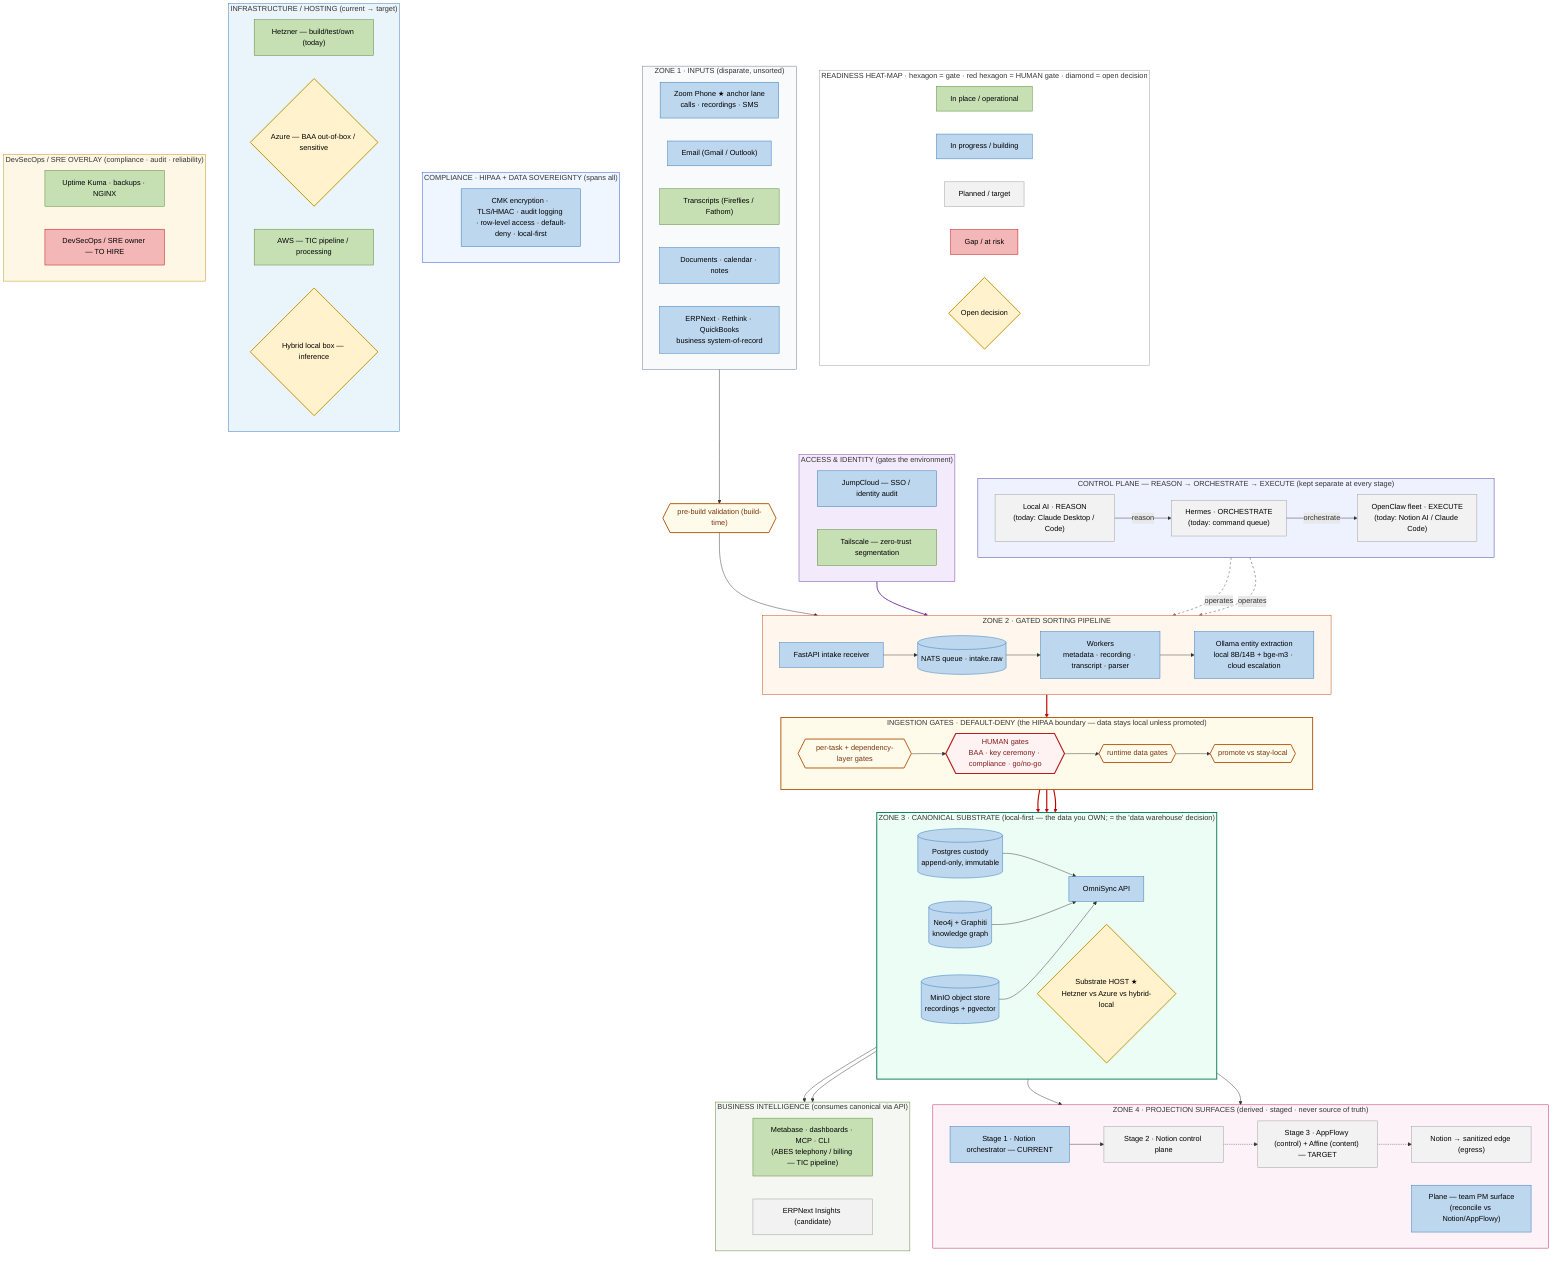
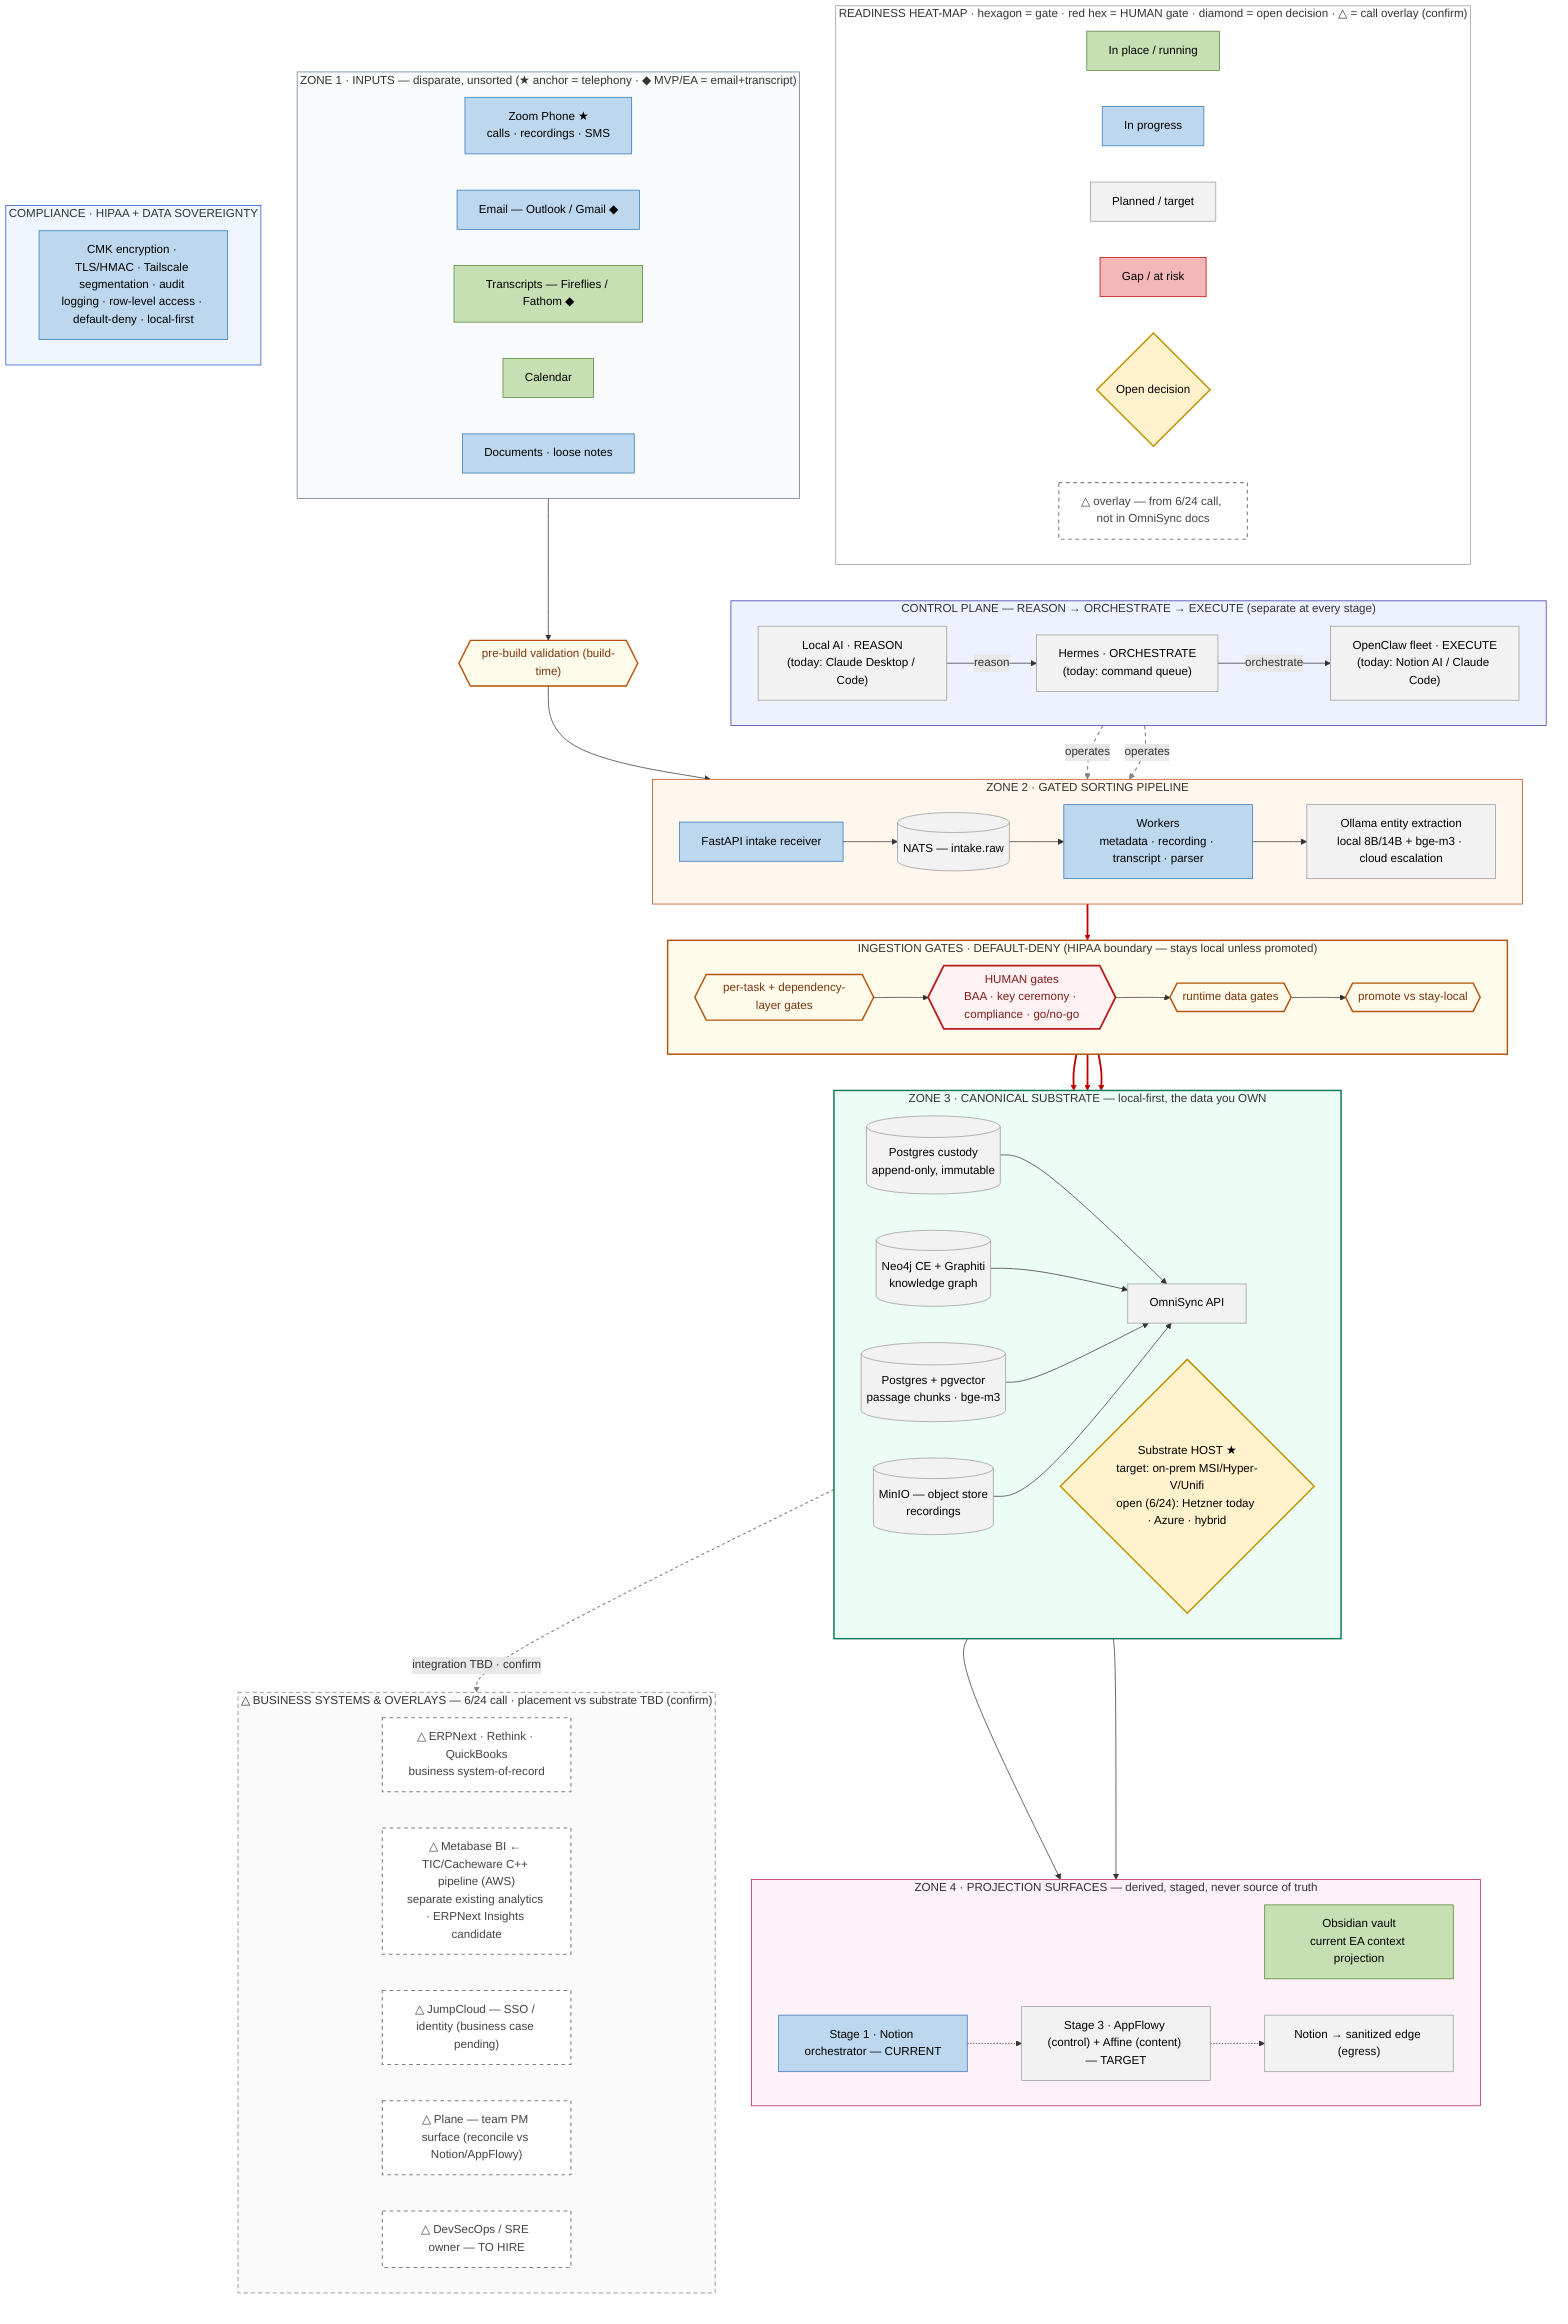
- %% AMDG / ABES — FUNCTIONAL ARCHITECTURE  v0.2  (reconciled with Hannah's OmniSync)
- %% Sources:
- %%   - Fathom call "Hannah x Mike // Connect on Architecture" 2026-06-24 (Mike, Hannah, Cissy)
- %%   - Hannah's OmniSync repo dropped in Box "AMDG InfraDesign" (omnisync README, north-star,
- %%     omnisync-gated-staged-architecture). OmniSync structure is authoritative; business
- %%     overlays (ERPNext, BI, access, hosting, DevSecOps) come from the call.
- %% Altitude: executive functional map + readiness heat-map (Mike's "where are we" view).
- %% v0.2 corrects v0.1: OpenClaw+Hermes are the CONTROL PLANE (execute+orchestrate), not a DMZ;
- %%   the "air-gap" = default-deny INGESTION GATES; the "data warehouse" = the local-first
- %%   CANONICAL SUBSTRATE (custody + graph + object store); all human surfaces are PROJECTIONS.
+ %% AMDG / ABES — FUNCTIONAL ARCHITECTURE  v0.3  (slop-reviewed; provenance-tagged)
+ %% CANONICAL structure = Hannah's OmniSync docs (omnisync-readme, omnisync-plan §1-§7,
+ %%   north-star, gated-staged architecture). △ OVERLAY = 6/24 call (business systems/hosting),
+ %%   NOT in the OmniSync docs — quarantined and marked "confirm". See TECHNICAL_REVIEW.md.
+ %% Node fill = readiness heat-map. Lanes: ★ anchor = ABES Zoom-Phone telephony (HIPAA proving
+ %%   ground); ◆ MVP/EA = email-parse + transcript-parse for Bryan (first PoC, plan §BLUF).

flowchart TB
-   %% ================= LEGEND =================
-   subgraph LEGEND["READINESS HEAT-MAP  ·  hexagon = gate  ·  red hexagon = HUMAN gate  ·  diamond = open decision"]
+   subgraph LEGEND["READINESS HEAT-MAP · hexagon = gate · red hex = HUMAN gate · diamond = open decision · △ = call overlay (confirm)"]
    direction LR
-     L1["In place / operational"]:::ready
-     L2["In progress / building"]:::building
+     L1["In place / running"]:::ready
+     L2["In progress"]:::building
    L3["Planned / target"]:::planned
    L4["Gap / at risk"]:::gap
    L5{"Open decision"}:::decision
+     L6["△ overlay — from 6/24 call, not in OmniSync docs"]:::overlay
  end

-   %% ============ CONTROL PLANE (spans top) ============
-   subgraph CTRL["CONTROL PLANE — REASON → ORCHESTRATE → EXECUTE  (kept separate at every stage)"]
+   %% ============ CONTROL PLANE (canonical) ============
+   subgraph CTRL["CONTROL PLANE — REASON → ORCHESTRATE → EXECUTE (separate at every stage)"]
    direction LR
    REASON["Local AI · REASON<br/>(today: Claude Desktop / Code)"]:::planned
    HERMES["Hermes · ORCHESTRATE<br/>(today: command queue)"]:::planned
    OPENCLAW["OpenClaw fleet · EXECUTE<br/>(today: Notion AI / Claude Code)"]:::planned
    REASON -->|reason| HERMES -->|orchestrate| OPENCLAW
  end

-   %% ============ ZONE 1 · INPUTS ============
-   subgraph Z1["ZONE 1 · INPUTS  (disparate, unsorted)"]
+   %% ============ ZONE 1 · INPUTS (canonical) ============
+   subgraph Z1["ZONE 1 · INPUTS — disparate, unsorted  (★ anchor = telephony · ◆ MVP/EA = email+transcript)"]
    direction LR
-     ZP["Zoom Phone ★ anchor lane<br/>calls · recordings · SMS"]:::building
-     EM["Email (Gmail / Outlook)"]:::building
-     TR["Transcripts (Fireflies / Fathom)"]:::ready
-     DOC["Documents · calendar · notes"]:::building
-     ERP["ERPNext · Rethink · QuickBooks<br/>business system-of-record"]:::building
+     ZOOM["Zoom Phone ★<br/>calls · recordings · SMS"]:::building
+     EM["Email — Outlook / Gmail ◆"]:::building
+     TR["Transcripts — Fireflies / Fathom ◆"]:::ready
+     CAL["Calendar"]:::ready
+     DOC["Documents · loose notes"]:::building
  end

  PRE{{"pre-build validation (build-time)"}}:::gate

-   %% ============ ZONE 2 · GATED SORTING PIPELINE ============
+   %% ============ ZONE 2 · GATED SORTING PIPELINE (canonical) ============
  subgraph Z2["ZONE 2 · GATED SORTING PIPELINE"]
    direction LR
    FAST["FastAPI intake receiver"]:::building
-     NATS[("NATS queue · intake.raw")]:::building
+     NATS[("NATS — intake.raw")]:::planned
    WRK["Workers<br/>metadata · recording · transcript · parser"]:::building
-     OLL["Ollama entity extraction<br/>local 8B/14B + bge-m3 · cloud escalation"]:::building
+     OLL["Ollama entity extraction<br/>local 8B/14B + bge-m3 · cloud escalation"]:::planned
    FAST --> NATS --> WRK --> OLL
  end

-   %% ============ INGESTION GATES (the HIPAA boundary / the old "air-gap") ============
-   subgraph GATES["INGESTION GATES · DEFAULT-DENY  (the HIPAA boundary — data stays local unless promoted)"]
+   %% ============ INGESTION GATES · default-deny (canonical) ============
+   subgraph GATES["INGESTION GATES · DEFAULT-DENY  (HIPAA boundary — stays local unless promoted)"]
    direction LR
    LAYER{{"per-task + dependency-layer gates"}}:::gate
    HUMAN{{"HUMAN gates<br/>BAA · key ceremony · compliance · go/no-go"}}:::human
    RUNTIME{{"runtime data gates"}}:::gate
    PROMOTE{{"promote vs stay-local"}}:::gate
    LAYER --> HUMAN --> RUNTIME --> PROMOTE
  end

-   %% ============ ZONE 3 · CANONICAL SUBSTRATE ============
-   subgraph Z3["ZONE 3 · CANONICAL SUBSTRATE  (local-first — the data you OWN; = the 'data warehouse' decision)"]
+   %% ============ ZONE 3 · CANONICAL SUBSTRATE (canonical) ============
+   subgraph Z3["ZONE 3 · CANONICAL SUBSTRATE — local-first, the data you OWN"]
    direction LR
-     CUST[("Postgres custody<br/>append-only, immutable")]:::building
-     GRAPH[("Neo4j + Graphiti<br/>knowledge graph")]:::building
-     OBJ[("MinIO object store<br/>recordings + pgvector")]:::building
-     API["OmniSync API"]:::building
-     DWHOST{"Substrate HOST ★<br/>Hetzner vs Azure vs hybrid-local"}:::decision
+     CUST[("Postgres custody<br/>append-only, immutable")]:::planned
+     NEO[("Neo4j CE + Graphiti<br/>knowledge graph")]:::planned
+     PGV[("Postgres + pgvector<br/>passage chunks · bge-m3")]:::planned
+     OBJ[("MinIO — object store<br/>recordings")]:::planned
+     API["OmniSync API"]:::planned
+     DWHOST{"Substrate HOST ★<br/>target: on-prem MSI/Hyper-V/Unifi<br/>open (6/24): Hetzner today · Azure · hybrid"}:::decision
    CUST --> API
-     GRAPH --> API
+     NEO --> API
+     PGV --> API
    OBJ --> API
  end

-   %% ============ ZONE 4 · PROJECTION SURFACES ============
-   subgraph Z4["ZONE 4 · PROJECTION SURFACES  (derived · staged · never source of truth)"]
+   %% ============ ZONE 4 · PROJECTION SURFACES (canonical) ============
+   subgraph Z4["ZONE 4 · PROJECTION SURFACES — derived, staged, never source of truth"]
    direction LR
+     OBS["Obsidian vault<br/>current EA context projection"]:::ready
    S1["Stage 1 · Notion orchestrator — CURRENT"]:::building
-     S2["Stage 2 · Notion control plane"]:::planned
    S3["Stage 3 · AppFlowy (control) + Affine (content) — TARGET"]:::planned
-     PLANE["Plane — team PM surface<br/>(reconcile vs Notion/AppFlowy)"]:::building
    EDGE["Notion → sanitized edge (egress)"]:::planned
-     S1 --> S2 -.-> S3 -.-> EDGE
+     S1 -.-> S3 -.-> EDGE
  end

-   %% ============ BUSINESS INTELLIGENCE ============
-   subgraph BI["BUSINESS INTELLIGENCE  (consumes canonical via API)"]
+   %% ============ COMPLIANCE BAND (canonical) ============
+   subgraph COMP["COMPLIANCE · HIPAA + DATA SOVEREIGNTY"]
    direction LR
-     MB["Metabase · dashboards · MCP · CLI<br/>(ABES telephony / billing — TIC pipeline)"]:::ready
-     INS["ERPNext Insights (candidate)"]:::planned
+     HIP["CMK encryption · TLS/HMAC · Tailscale segmentation · audit logging · row-level access · default-deny · local-first"]:::building
  end

-   %% ============ CROSS-CUTTING BANDS ============
-   subgraph ACCESS["ACCESS &amp; IDENTITY (gates the environment)"]
+   %% ============ △ BUSINESS SYSTEMS & OVERLAYS — 6/24 call (NOT in OmniSync docs) ============
+   subgraph OVL["△ BUSINESS SYSTEMS &amp; OVERLAYS — 6/24 call · placement vs substrate TBD (confirm)"]
    direction LR
-     JC["JumpCloud — SSO / identity audit"]:::building
-     TS["Tailscale — zero-trust segmentation"]:::ready
+     ERP["△ ERPNext · Rethink · QuickBooks<br/>business system-of-record"]:::overlay
+     BIZ["△ Metabase BI ← TIC/Cacheware C++ pipeline (AWS)<br/>separate existing analytics · ERPNext Insights candidate"]:::overlay
+     JC["△ JumpCloud — SSO / identity (business case pending)"]:::overlay
+     PLANE["△ Plane — team PM surface (reconcile vs Notion/AppFlowy)"]:::overlay
+     DSO["△ DevSecOps / SRE owner — TO HIRE"]:::overlay
  end

-   subgraph COMP["COMPLIANCE · HIPAA + DATA SOVEREIGNTY (spans all)"]
-     direction LR
-     HIP["CMK encryption · TLS/HMAC · audit logging · row-level access · default-deny · local-first"]:::building
-   end
- 
-   subgraph HOST["INFRASTRUCTURE / HOSTING (current → target)"]
-     direction LR
-     HZ["Hetzner — build/test/own (today)"]:::ready
-     AZ{"Azure — BAA out-of-box / sensitive"}:::decision
-     AWSN["AWS — TIC pipeline / processing"]:::ready
-     LOCAL{"Hybrid local box — inference"}:::decision
-   end
- 
-   subgraph SEC["DevSecOps / SRE OVERLAY (compliance · audit · reliability)"]
-     direction LR
-     KUMA["Uptime Kuma · backups · NGINX"]:::ready
-     DSO["DevSecOps / SRE owner — TO HIRE"]:::gap
-   end
- 
-   %% ================= FLOWS =================
+   %% ============ FLOWS ============
  Z1 --> PRE
  PRE --> FAST
  OLL ==> LAYER
  PROMOTE ==> CUST
-   PROMOTE ==> GRAPH
+   PROMOTE ==> NEO
  PROMOTE ==> OBJ
  API --> S1
-   API --> MB
-   API --> INS
-   API --> PLANE
+   API --> OBS
  HERMES -.operates.-> FAST
  OPENCLAW -.operates.-> WRK
-   TS ==> FAST
+   API -. "integration TBD · confirm" .-> OVL

-   %% ================= HEAT-MAP COLORS =================
+   %% ============ HEAT-MAP COLORS ============
  classDef ready fill:#C6E0B4,stroke:#548235,color:#000000;
  classDef building fill:#BDD7EE,stroke:#2E75B6,color:#000000;
  classDef planned fill:#F2F2F2,stroke:#999999,color:#000000;
  classDef gap fill:#F4B7B7,stroke:#C00000,color:#000000;
  classDef decision fill:#FFF2CC,stroke:#BF9000,stroke-width:2px,color:#000000;
  classDef gate fill:#FFFBEB,stroke:#B45309,stroke-width:2px,color:#78350F;
  classDef human fill:#FEF2F2,stroke:#B91C1C,stroke-width:2.5px,color:#7F1D1D;
+   classDef overlay fill:#FFFFFF,stroke:#7F7F7F,stroke-width:1.5px,stroke-dasharray:5 5,color:#444444;

-   %% ================= EDGE STYLES =================
-   %% indices: 0,1 control-plane chain · 2-4 Z2 chain · 5-7 gates chain · 8-10 Z3→API ·
-   %%   11-13 Z4 chain · 14 Z1→PRE · 15 PRE→FAST · 16 OLL→LAYER(red) ·
-   %%   17,18,19 PROMOTE→canonical(red) · 20-23 API→surfaces · 24,25 control operates(grey) · 26 TS access(purple)
+   %% ============ EDGE STYLES ============
+   %% chains: 0,1 control · 2,3,4 Z2 · 5,6,7 gates · 8,9,10,11 Z3→API · 12,13 Z4 staged
+   %% spine: 14 Z1→PRE · 15 PRE→FAST · 16 OLL→LAYER(red) · 17,18,19 PROMOTE→stores(red)
+   %%        20 API→S1 · 21 API→OBS · 22,23 operates(grey) · 24 API→OVL(overlay)
  linkStyle 16,17,18,19 stroke:#C00000,stroke-width:2.5px;
-   linkStyle 24,25 stroke:#808080,stroke-width:1.5px,stroke-dasharray:5 5;
-   linkStyle 26 stroke:#7030A0,stroke-width:2px;
+   linkStyle 22,23 stroke:#808080,stroke-width:1.5px,stroke-dasharray:5 5;
+   linkStyle 24 stroke:#7F7F7F,stroke-width:1.5px,stroke-dasharray:4 4;

-   %% ================= BANDS =================
+   %% ============ BANDS ============
  style CTRL fill:#EEF2FF,stroke:#3730A3;
  style Z1 fill:#F8FAFC,stroke:#64748B;
  style Z2 fill:#FFF7ED,stroke:#C2410C;
  style GATES fill:#FFFBEB,stroke:#B45309,stroke-width:2px;
  style Z3 fill:#ECFDF5,stroke:#047857,stroke-width:2px;
  style Z4 fill:#FDF2F8,stroke:#BE185D;
-   style BI fill:#F4F7F2,stroke:#548235;
-   style ACCESS fill:#F3EAFB,stroke:#7030A0;
  style COMP fill:#EFF6FF,stroke:#1D4ED8;
-   style HOST fill:#EAF4FB,stroke:#2E75B6;
-   style SEC fill:#FFF7E6,stroke:#BF9000;
+   style OVL fill:#FAFAFA,stroke:#7F7F7F,stroke-dasharray:6 4;
  style LEGEND fill:#FFFFFF,stroke:#999999;
